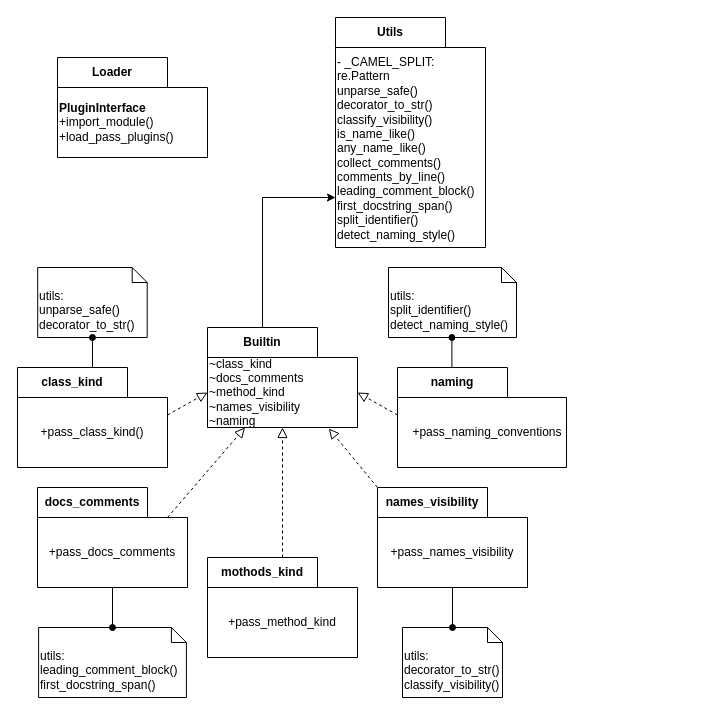
IsabelaYabe/TccLatex keeps this draw.io diagram as page "plugins_package" (6 of 9) of drawio/AST_Model_Plugins.drawio. Above is the earlier version. Source tidied: cells renumbered, new cells numbered last; positions are measured from the earlier drawing's top-left corner, leaving out a move shared by most shapes. Both pictures are drawn from the tidied source at 100%, with x=0, y=0 at pixel (17, 17).
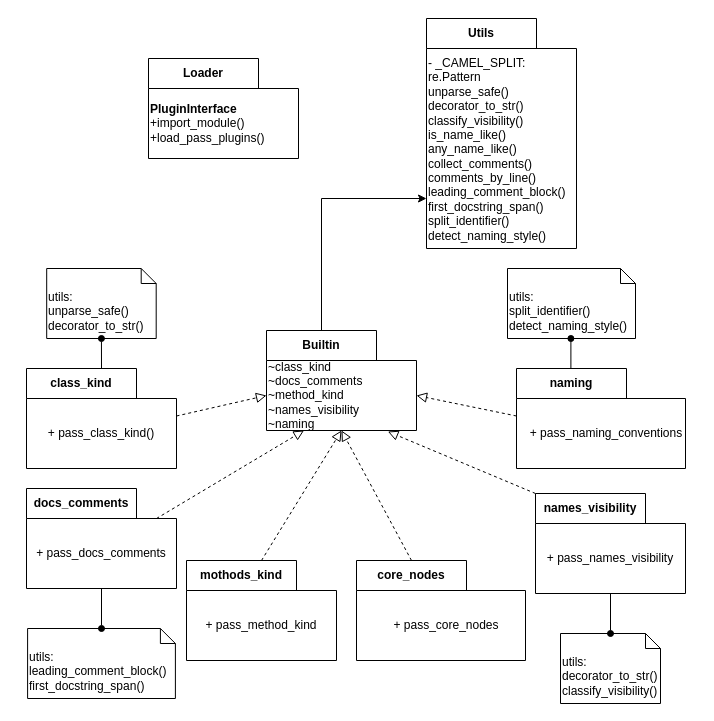
The same page after the edit.

Diff of the diagram source:
```diff
@@
     <mxCell id="2" value="Loader" style="shape=folder;fontStyle=1;tabWidth=110;tabHeight=30;tabPosition=left;html=1;boundedLbl=1;labelInHeader=1;whiteSpace=wrap;" parent="1" vertex="1">
-      <mxGeometry x="40" y="40" width="150" height="100" as="geometry" />
+      <mxGeometry x="131" y="41" width="150" height="100" as="geometry" />
     </mxCell>
@@
+    <mxCell id="29" value="Utils" style="shape=folder;fontStyle=1;tabWidth=110;tabHeight=30;tabPosition=left;html=1;boundedLbl=1;labelInHeader=1;whiteSpace=wrap;" parent="1" vertex="1">
+      <mxGeometry x="409" y="1" width="150" height="230" as="geometry" />
+    </mxCell>
+    <mxCell id="30" value="&lt;div&gt;- _CAMEL_SPLIT: re.Pattern&lt;/div&gt;&lt;div&gt;unparse_safe()&lt;/div&gt;&lt;div&gt;decorator_to_str()&lt;/div&gt;&lt;div&gt;classify_visibility()&lt;/div&gt;&lt;div&gt;is_name_like()&lt;/div&gt;&lt;div&gt;any_name_like()&lt;/div&gt;&lt;div&gt;collect_comments()&lt;/div&gt;&lt;div&gt;comments_by_line()&lt;/div&gt;&lt;div&gt;leading_comment_block()&lt;/div&gt;&lt;div&gt;first_docstring_span()&lt;/div&gt;&lt;div&gt;split_identifier()&lt;/div&gt;&lt;div&gt;detect_naming_style()&lt;/div&gt;" style="html=1;strokeColor=none;fillColor=none;whiteSpace=wrap;align=left;" parent="29" vertex="1">
+      <mxGeometry width="150" height="202.4" relative="1" as="geometry">
+        <mxPoint y="30" as="offset" />
+      </mxGeometry>
+    </mxCell>
+    <mxCell id="31" style="edgeStyle=orthogonalEdgeStyle;rounded=0;jettySize=auto;html=1;exitX=0;exitY=0;exitDx=55;exitDy=0;exitPerimeter=0;entryX=0;entryY=0;entryDx=0;entryDy=180;entryPerimeter=0;" parent="1" edge="1" source="4" target="29">
+      <mxGeometry relative="1" as="geometry" />
+    </mxCell>
     <mxCell id="4" value="Builtin" style="shape=folder;fontStyle=1;tabWidth=110;tabHeight=30;tabPosition=left;html=1;boundedLbl=1;labelInHeader=1;whiteSpace=wrap;" parent="1" vertex="1">
-      <mxGeometry x="190" y="310" width="150" height="100" as="geometry" />
+      <mxGeometry x="249" y="313" width="150" height="100" as="geometry" />
     </mxCell>
@@
     <mxCell id="6" value="names_visibility" style="shape=folder;fontStyle=1;tabWidth=110;tabHeight=30;tabPosition=left;html=1;boundedLbl=1;labelInHeader=1;whiteSpace=wrap;" parent="1" vertex="1">
-      <mxGeometry x="360" y="470" width="150" height="100" as="geometry" />
+      <mxGeometry x="518" y="476" width="150" height="100" as="geometry" />
     </mxCell>
-    <mxCell id="7" value="+pass_names_visibility" style="html=1;strokeColor=none;fillColor=none;whiteSpace=wrap;" parent="6" vertex="1">
-      <mxGeometry width="150" height="70" relative="1" as="geometry">
-        <mxPoint y="30" as="offset" />
-      </mxGeometry>
-    </mxCell>
+    <mxCell id="32" value="+ pass_names_visibility" style="html=1;strokeColor=none;fillColor=none;whiteSpace=wrap;" parent="6" vertex="1">
+      <mxGeometry width="150" height="70" relative="1" as="geometry">
+        <mxPoint y="30" as="offset" />
+      </mxGeometry>
+    </mxCell>
     <mxCell id="8" value="&lt;span style=&quot;text-align: left;&quot;&gt;naming&lt;/span&gt;" style="shape=folder;fontStyle=1;tabWidth=110;tabHeight=30;tabPosition=left;html=1;boundedLbl=1;labelInHeader=1;whiteSpace=wrap;" parent="1" vertex="1">
-      <mxGeometry x="380" y="350" width="169" height="100" as="geometry" />
+      <mxGeometry x="499" y="351" width="169" height="100" as="geometry" />
     </mxCell>
-    <mxCell id="9" value="+pass_naming_conventions" style="html=1;strokeColor=none;fillColor=none;whiteSpace=wrap;" parent="8" vertex="1">
-      <mxGeometry width="180.27" height="70" relative="1" as="geometry">
-        <mxPoint y="30" as="offset" />
-      </mxGeometry>
-    </mxCell>
+    <mxCell id="33" value="+ pass_naming_conventions" style="html=1;strokeColor=none;fillColor=none;whiteSpace=wrap;" parent="8" vertex="1">
+      <mxGeometry width="180.27" height="70" relative="1" as="geometry">
+        <mxPoint y="30" as="offset" />
+      </mxGeometry>
+    </mxCell>
     <mxCell id="10" value="&lt;span style=&quot;text-align: left;&quot;&gt;class_kind&lt;/span&gt;" style="shape=folder;fontStyle=1;tabWidth=110;tabHeight=30;tabPosition=left;html=1;boundedLbl=1;labelInHeader=1;whiteSpace=wrap;" parent="1" vertex="1">
-      <mxGeometry y="350" width="150" height="100" as="geometry" />
+      <mxGeometry x="9" y="351" width="150" height="100" as="geometry" />
     </mxCell>
-    <mxCell id="11" value="+pass_class_kind()" style="html=1;strokeColor=none;fillColor=none;whiteSpace=wrap;" parent="10" vertex="1">
-      <mxGeometry width="150" height="70" relative="1" as="geometry">
-        <mxPoint y="30" as="offset" />
-      </mxGeometry>
-    </mxCell>
+    <mxCell id="34" value="+ pass_class_kind()" style="html=1;strokeColor=none;fillColor=none;whiteSpace=wrap;" parent="10" vertex="1">
+      <mxGeometry width="150" height="70" relative="1" as="geometry">
+        <mxPoint y="30" as="offset" />
+      </mxGeometry>
+    </mxCell>
     <mxCell id="12" value="&lt;span style=&quot;text-align: left;&quot;&gt;docs_comments&lt;/span&gt;" style="shape=folder;fontStyle=1;tabWidth=110;tabHeight=30;tabPosition=left;html=1;boundedLbl=1;labelInHeader=1;whiteSpace=wrap;" parent="1" vertex="1">
-      <mxGeometry x="20" y="470" width="150" height="100" as="geometry" />
+      <mxGeometry x="9" y="471" width="150" height="100" as="geometry" />
     </mxCell>
-    <mxCell id="13" value="+pass_docs_comments" style="html=1;strokeColor=none;fillColor=none;whiteSpace=wrap;" parent="12" vertex="1">
-      <mxGeometry width="150" height="70" relative="1" as="geometry">
-        <mxPoint y="30" as="offset" />
-      </mxGeometry>
-    </mxCell>
+    <mxCell id="35" value="+ pass_docs_comments" style="html=1;strokeColor=none;fillColor=none;whiteSpace=wrap;" parent="12" vertex="1">
+      <mxGeometry width="150" height="70" relative="1" as="geometry">
+        <mxPoint y="30" as="offset" />
+      </mxGeometry>
+    </mxCell>
     <mxCell id="14" value="&lt;span style=&quot;text-align: left;&quot;&gt;mothods_kind&lt;/span&gt;" style="shape=folder;fontStyle=1;tabWidth=110;tabHeight=30;tabPosition=left;html=1;boundedLbl=1;labelInHeader=1;whiteSpace=wrap;" parent="1" vertex="1">
-      <mxGeometry x="190" y="540" width="150" height="100" as="geometry" />
+      <mxGeometry x="169" y="543" width="150" height="100" as="geometry" />
     </mxCell>
-    <mxCell id="15" value="+pass_method_kind" style="html=1;strokeColor=none;fillColor=none;whiteSpace=wrap;" parent="14" vertex="1">
-      <mxGeometry width="150" height="70" relative="1" as="geometry">
-        <mxPoint y="30" as="offset" />
-      </mxGeometry>
-    </mxCell>
+    <mxCell id="36" value="+ pass_method_kind" style="html=1;strokeColor=none;fillColor=none;whiteSpace=wrap;" parent="14" vertex="1">
+      <mxGeometry width="150" height="70" relative="1" as="geometry">
+        <mxPoint y="30" as="offset" />
+      </mxGeometry>
+    </mxCell>
@@
     <mxCell id="21" value="utils:&lt;div&gt;split_identifier()&lt;/div&gt;&lt;div style=&quot;&quot;&gt;detect_naming_style()&lt;/div&gt;" style="shape=note2;boundedLbl=1;whiteSpace=wrap;html=1;size=15;verticalAlign=top;align=left;" parent="1" vertex="1">
-      <mxGeometry x="371" y="250" width="128" height="70" as="geometry" />
+      <mxGeometry x="490" y="251" width="128" height="70" as="geometry" />
     </mxCell>
     <mxCell id="22" value="utils:&lt;div&gt;decorator_to_str()&lt;/div&gt;&lt;div style=&quot;&quot;&gt;classify_visibility()&lt;/div&gt;" style="shape=note2;boundedLbl=1;whiteSpace=wrap;html=1;size=15;verticalAlign=top;align=left;" parent="1" vertex="1">
-      <mxGeometry x="385" y="610" width="100" height="70" as="geometry" />
+      <mxGeometry x="543" y="616" width="100" height="70" as="geometry" />
     </mxCell>
     <mxCell id="23" value="utils:&lt;div&gt;unparse_safe()&lt;br&gt;&lt;div&gt;decorator_to_str()&lt;/div&gt;&lt;/div&gt;" style="shape=note2;boundedLbl=1;whiteSpace=wrap;html=1;size=15;verticalAlign=top;align=left;" parent="1" vertex="1">
-      <mxGeometry x="20.2" y="250" width="109.5" height="70" as="geometry" />
+      <mxGeometry x="29.2" y="251" width="109.5" height="70" as="geometry" />
     </mxCell>
     <mxCell id="24" value="utils:&lt;div&gt;leading_comment_block()&lt;/div&gt;&lt;div&gt;&lt;span style=&quot;background-color: transparent; color: light-dark(rgb(0, 0, 0), rgb(255, 255, 255));&quot;&gt;first_docstring_span()&lt;/span&gt;&lt;/div&gt;" style="shape=note2;boundedLbl=1;whiteSpace=wrap;html=1;size=15;verticalAlign=top;align=left;" parent="1" vertex="1">
-      <mxGeometry x="21.1" y="610" width="147.8" height="70" as="geometry" />
+      <mxGeometry x="10.1" y="611" width="147.8" height="70" as="geometry" />
     </mxCell>
@@
-    <mxCell id="27" style="endArrow=none;html=1;rounded=0;align=center;verticalAlign=top;endFill=0;labelBackgroundColor=none;endSize=6;startArrow=oval;startFill=1;exitX=0.5;exitY=1;exitDx=0;exitDy=0;exitPerimeter=0;" parent="1" edge="1" source="23">
-      <mxGeometry relative="1" as="geometry">
-        <mxPoint x="75" y="350" as="targetPoint" />
-      </mxGeometry>
-    </mxCell>
-    <mxCell id="28" style="endArrow=none;html=1;rounded=0;align=center;verticalAlign=top;endFill=0;labelBackgroundColor=none;endSize=6;startArrow=oval;startFill=1;exitX=0.5;exitY=1;exitDx=0;exitDy=0;exitPerimeter=0;" parent="1" edge="1">
-      <mxGeometry relative="1" as="geometry">
-        <mxPoint x="434.4" y="320" as="sourcePoint" />
-        <mxPoint x="434.4" y="350" as="targetPoint" />
-      </mxGeometry>
-    </mxCell>
-    <mxCell id="29" value="Utils" style="shape=folder;fontStyle=1;tabWidth=110;tabHeight=30;tabPosition=left;html=1;boundedLbl=1;labelInHeader=1;whiteSpace=wrap;" parent="1" vertex="1">
-      <mxGeometry x="318" width="150" height="230" as="geometry" />
-    </mxCell>
-    <mxCell id="30" value="&lt;div&gt;- _CAMEL_SPLIT: re.Pattern&lt;/div&gt;&lt;div&gt;unparse_safe()&lt;/div&gt;&lt;div&gt;decorator_to_str()&lt;/div&gt;&lt;div&gt;classify_visibility()&lt;/div&gt;&lt;div&gt;is_name_like()&lt;/div&gt;&lt;div&gt;any_name_like()&lt;/div&gt;&lt;div&gt;collect_comments()&lt;/div&gt;&lt;div&gt;comments_by_line()&lt;/div&gt;&lt;div&gt;leading_comment_block()&lt;/div&gt;&lt;div&gt;first_docstring_span()&lt;/div&gt;&lt;div&gt;split_identifier()&lt;/div&gt;&lt;div&gt;detect_naming_style()&lt;/div&gt;" style="html=1;strokeColor=none;fillColor=none;whiteSpace=wrap;align=left;" parent="29" vertex="1">
-      <mxGeometry width="150" height="202.4" relative="1" as="geometry">
-        <mxPoint y="30" as="offset" />
-      </mxGeometry>
-    </mxCell>
-    <mxCell id="31" style="edgeStyle=orthogonalEdgeStyle;rounded=0;jettySize=auto;html=1;exitX=0;exitY=0;exitDx=55;exitDy=0;exitPerimeter=0;entryX=0;entryY=0;entryDx=0;entryDy=180;entryPerimeter=0;" parent="1" edge="1" source="4" target="29">
-      <mxGeometry relative="1" as="geometry" />
-    </mxCell>
+    <mxCell id="37" style="endArrow=none;html=1;rounded=0;align=center;verticalAlign=top;endFill=0;labelBackgroundColor=none;endSize=6;startArrow=oval;startFill=1;exitX=0.5;exitY=1;exitDx=0;exitDy=0;exitPerimeter=0;" parent="1" edge="1" source="23">
+      <mxGeometry relative="1" as="geometry">
+        <mxPoint x="84" y="351" as="targetPoint" />
+      </mxGeometry>
+    </mxCell>
+    <mxCell id="38" style="endArrow=none;html=1;rounded=0;align=center;verticalAlign=top;endFill=0;labelBackgroundColor=none;endSize=6;startArrow=oval;startFill=1;exitX=0.5;exitY=1;exitDx=0;exitDy=0;exitPerimeter=0;" parent="1" edge="1">
+      <mxGeometry relative="1" as="geometry">
+        <mxPoint x="553.4" y="321" as="sourcePoint" />
+        <mxPoint x="553.4" y="351" as="targetPoint" />
+      </mxGeometry>
+    </mxCell>
+    <mxCell id="39" value="&lt;span style=&quot;text-align: left;&quot;&gt;core_nodes&lt;/span&gt;" style="shape=folder;fontStyle=1;tabWidth=110;tabHeight=30;tabPosition=left;html=1;boundedLbl=1;labelInHeader=1;whiteSpace=wrap;" parent="1" vertex="1">
+      <mxGeometry x="339" y="543" width="169" height="100" as="geometry" />
+    </mxCell>
+    <mxCell id="40" value="+ pass_core_nodes" style="html=1;strokeColor=none;fillColor=none;whiteSpace=wrap;" parent="39" vertex="1">
+      <mxGeometry width="180.27" height="70" relative="1" as="geometry">
+        <mxPoint y="30" as="offset" />
+      </mxGeometry>
+    </mxCell>
+    <mxCell id="41" style="endArrow=block;startArrow=none;endFill=0;startFill=0;endSize=8;html=1;verticalAlign=bottom;dashed=1;labelBackgroundColor=none;rounded=0;exitX=0;exitY=0;exitDx=55;exitDy=0;exitPerimeter=0;entryX=0.5;entryY=1;entryDx=0;entryDy=0;entryPerimeter=0;" parent="1" edge="1" source="39" target="4">
+      <mxGeometry relative="1" as="geometry" />
+    </mxCell>
```
